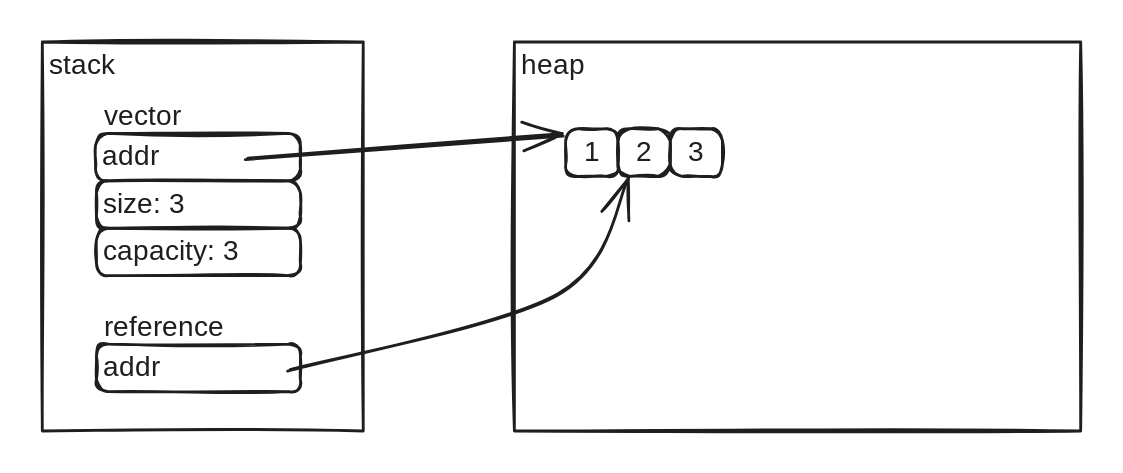
The Excalidraw diagram .gitbook/assets/file.excalidraw (1).svg in snorochevskiy/inroll-into-rust, before a commit. Source tidied: one line per element, renumbered; positions are measured from the earlier drawing's top-left corner, leaving out a move shared by most shapes.
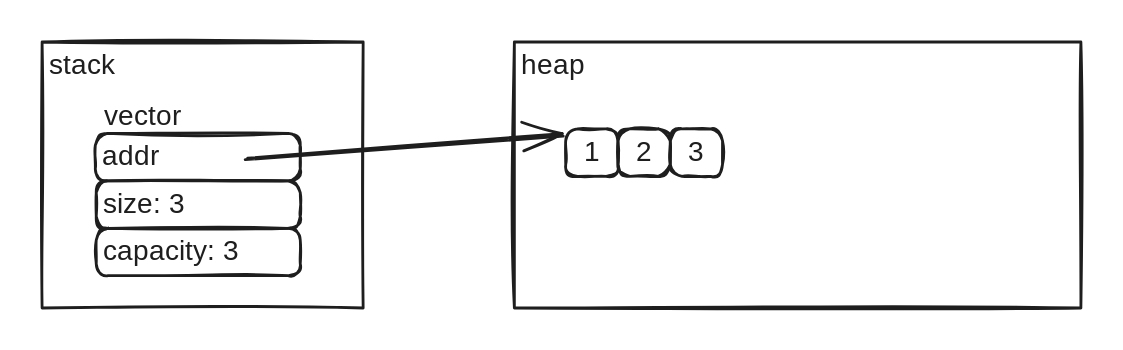
The same file after the commit.

What changed in the source:
```diff
@@ -1,4 +1,4 @@
-{"id": 0, "type": "rectangle", "strokeColor": "#1e1e1e", "strokeWidth": 2, "roughness": 1, "x": 0, "y": 0, "width": 229, "height": 278}
+{"id": 0, "type": "rectangle", "strokeColor": "#1e1e1e", "strokeWidth": 2, "roughness": 1, "x": 0, "y": 0, "width": 229, "height": 190}
 {"id": 1, "type": "text", "text": "stack", "strokeColor": "#1e1e1e", "strokeWidth": 2, "roughness": 1, "fontSize": 20, "fontFamily": 3, "inside": 0, "x": 5, "y": 5, "width": 59, "height": 24}
 {"id": 2, "type": "rectangle", "strokeColor": "#1e1e1e", "strokeWidth": 2, "roughness": 1, "round": true, "x": 38, "y": 65, "width": 146, "height": 34}
 {"id": 3, "type": "text", "text": "addr", "strokeColor": "#1e1e1e", "strokeWidth": 2, "roughness": 1, "fontSize": 19.89, "fontFamily": 3, "verticalAlign": "middle", "inside": 2, "x": 43, "y": 70, "width": 47, "height": 24}
@@ -6,7 +6,7 @@
 {"id": 5, "type": "text", "text": "size: 3", "strokeColor": "#1e1e1e", "strokeWidth": 2, "roughness": 1, "fontSize": 19.89, "fontFamily": 3, "verticalAlign": "middle", "inside": 4, "x": 44, "y": 104, "width": 82, "height": 24}
 {"id": 6, "type": "rectangle", "strokeColor": "#1e1e1e", "strokeWidth": 2, "roughness": 1, "round": true, "x": 39, "y": 133, "width": 146, "height": 34}
 {"id": 7, "type": "text", "text": "capacity: 3", "strokeColor": "#1e1e1e", "strokeWidth": 2, "roughness": 1, "fontSize": 19.89, "fontFamily": 3, "verticalAlign": "middle", "inside": 6, "x": 44, "y": 138, "width": 128, "height": 24}
-{"id": 8, "type": "rectangle", "strokeColor": "#1e1e1e", "strokeWidth": 2, "roughness": 1, "x": 337, "y": 0, "width": 405, "height": 278}
+{"id": 8, "type": "rectangle", "strokeColor": "#1e1e1e", "strokeWidth": 2, "roughness": 1, "x": 337, "y": 0, "width": 405, "height": 190}
 {"id": 9, "type": "text", "text": "heap", "strokeColor": "#1e1e1e", "strokeWidth": 2, "roughness": 1, "fontSize": 20, "fontFamily": 3, "inside": 8, "x": 342, "y": 5, "width": 47, "height": 24}
 {"id": 10, "type": "rectangle", "strokeColor": "#1e1e1e", "strokeWidth": 2, "roughness": 1, "round": true, "x": 374, "y": 62, "width": 37, "height": 34}
 {"id": 11, "type": "text", "text": "1", "strokeColor": "#1e1e1e", "strokeWidth": 2, "roughness": 1, "fontSize": 20, "fontFamily": 3, "textAlign": "center", "verticalAlign": "middle", "inside": 10, "x": 387, "y": 67, "width": 12, "height": 24}
@@ -16,7 +16,3 @@
 {"id": 15, "type": "text", "text": "3", "strokeColor": "#1e1e1e", "strokeWidth": 2, "roughness": 1, "fontSize": 20, "fontFamily": 3, "textAlign": "center", "verticalAlign": "middle", "inside": 14, "x": 461, "y": 67, "width": 12, "height": 24}
 {"id": 16, "type": "text", "text": "vector", "strokeColor": "#1e1e1e", "strokeWidth": 2, "roughness": 1, "fontSize": 20, "fontFamily": 3, "x": 44, "y": 41, "width": 71, "height": 24}
 {"id": 17, "type": "arrow", "strokeColor": "#1e1e1e", "strokeWidth": 2, "roughness": 1, "endArrowhead": "arrow", "round": true, "from": 4, "to": 10, "x": 146, "y": 84, "width": 226, "height": 17, "points": [[0, 0], [226, -17]]}
-{"id": 18, "type": "rectangle", "strokeColor": "#1e1e1e", "strokeWidth": 2, "roughness": 1, "round": true, "x": 39, "y": 216, "width": 146, "height": 34}
-{"id": 19, "type": "text", "text": "addr", "strokeColor": "#1e1e1e", "strokeWidth": 2, "roughness": 1, "fontSize": 19.89, "fontFamily": 3, "verticalAlign": "middle", "inside": 18, "x": 44, "y": 221, "width": 47, "height": 24}
-{"id": 20, "type": "text", "text": "reference", "strokeColor": "#1e1e1e", "strokeWidth": 2, "roughness": 1, "fontSize": 20, "fontFamily": 3, "x": 44, "y": 192, "width": 106, "height": 24}
-{"id": 21, "type": "arrow", "strokeColor": "#1e1e1e", "strokeWidth": 2, "roughness": 1, "endArrowhead": "arrow", "round": true, "to": 12, "x": 176, "y": 235, "width": 242, "height": 138, "points": [[0, 0], [191, -55], [242, -138]]}
```
